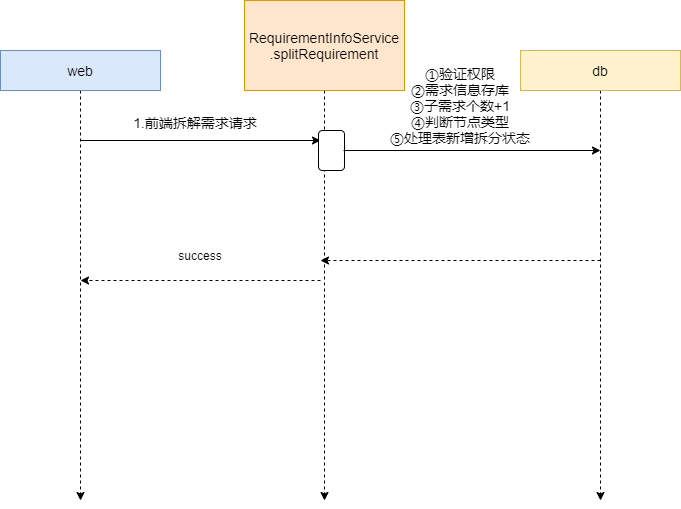
Earlier version of the draw.io export Company/requirement.png (LePeitiPrince/note-picture). Source tidied: cells renumbered, new cells last; positions are measured from the earlier drawing's top-left corner, leaving out a move shared by most shapes.
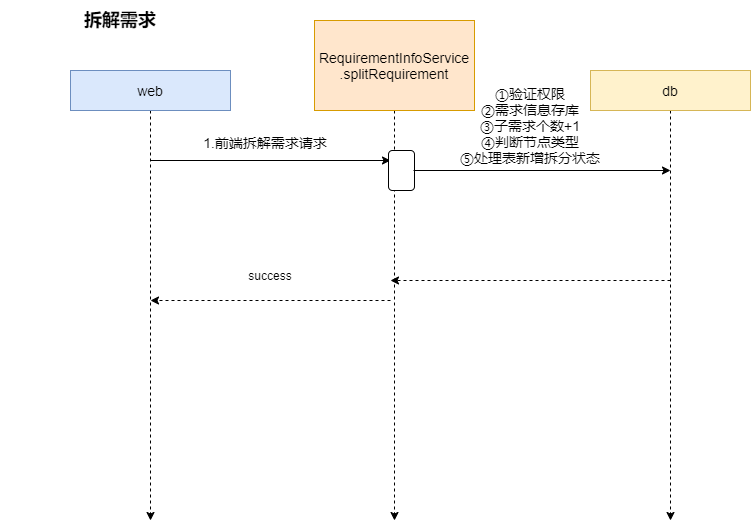
The same file after the commit.

Change to the diagram source:
```diff
@@ -62,5 +62,8 @@
     <mxCell id="15" value="success" style="text;html=1;strokeColor=none;fillColor=none;align=center;verticalAlign=middle;whiteSpace=wrap;rounded=0;fontSize=12;" parent="1" vertex="1">
       <mxGeometry x="170" y="240" width="60" height="30" as="geometry" />
     </mxCell>
+    <mxCell id="16" value="拆解需求" style="text;html=1;strokeColor=none;fillColor=none;align=center;verticalAlign=middle;whiteSpace=wrap;rounded=0;labelBackgroundColor=#FFFFFF;fontSize=18;fontStyle=1;" parent="1" vertex="1">
+      <mxGeometry x="-70" y="-20" width="240" height="40" as="geometry" />
+    </mxCell>
   </root>
 </mxGraphModel>
```
